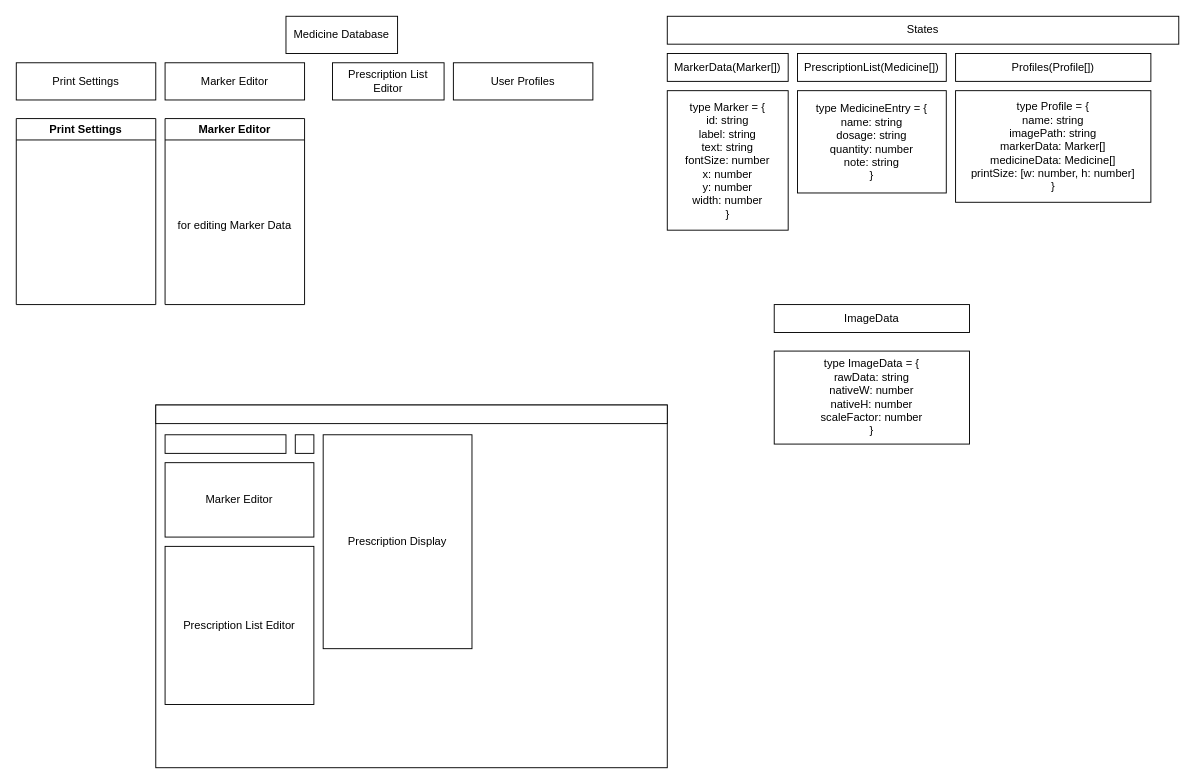
jogaleon/prescription-writing-react-ts keeps this draw.io diagram as page "Structure" (2 of 3) of flowchart.drawio. Above is the earlier version. Source tidied: cells renumbered, new cells numbered last; positions are measured from the earlier drawing's top-left corner, leaving out a move shared by most shapes. Both pictures are drawn from the tidied source at 93%, with x=0, y=0 at pixel (16, 16).
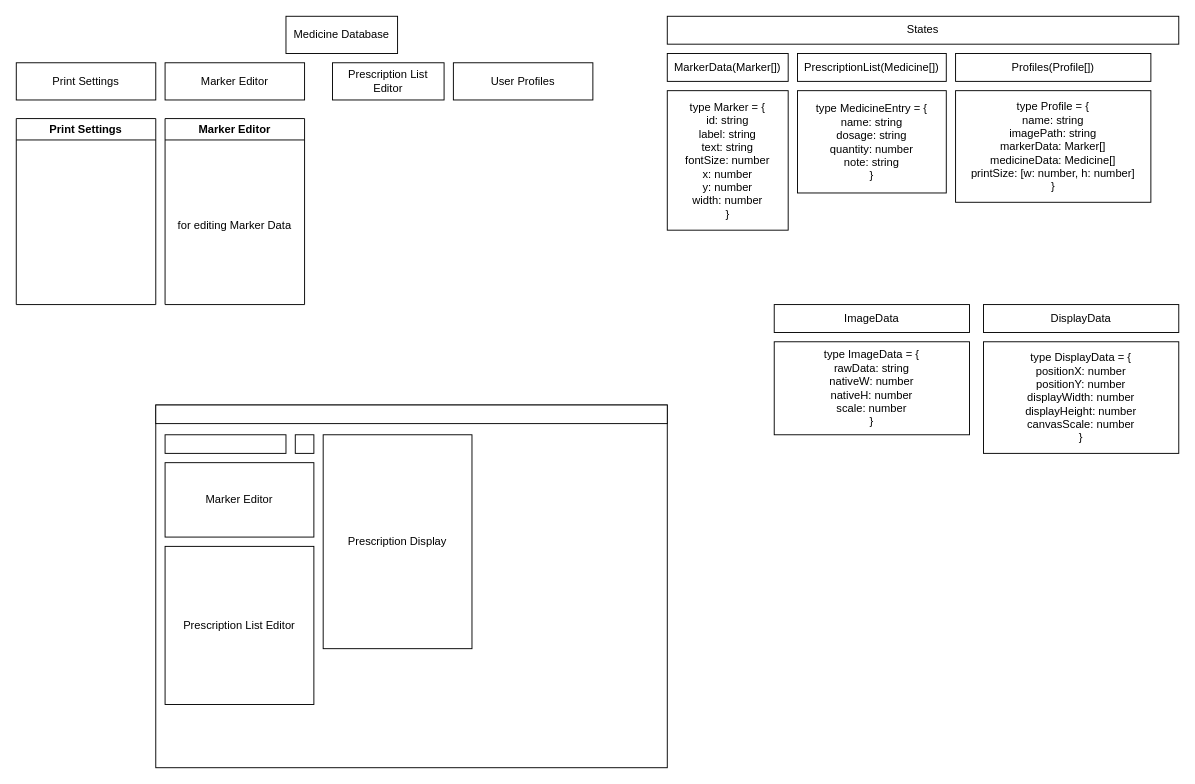
The same page after the edit.

Diff of the diagram source:
```diff
@@
-    <mxCell id="24" value="type ImageData = {&lt;br&gt;rawData: string&lt;br&gt;nativeW: number&lt;br&gt;nativeH: number&lt;br&gt;scaleFactor: number&lt;br&gt;}&lt;br&gt;" style="rounded=0;whiteSpace=wrap;html=1;" parent="1" vertex="1">
-      <mxGeometry x="815" y="360" width="210" height="100" as="geometry" />
+    <mxCell id="24" value="type ImageData = {&lt;br&gt;rawData: string&lt;br&gt;nativeW: number&lt;br&gt;nativeH: number&lt;br&gt;scale: number&lt;br&gt;}" style="rounded=0;whiteSpace=wrap;html=1;" parent="1" vertex="1">
+      <mxGeometry x="815" y="350" width="210" height="100" as="geometry" />
     </mxCell>
@@
+    <mxCell id="26" value="DisplayData" style="rounded=0;whiteSpace=wrap;html=1;" parent="1" vertex="1">
+      <mxGeometry x="1040" y="310" width="210" height="30" as="geometry" />
+    </mxCell>
+    <mxCell id="27" value="type DisplayData = {&lt;br&gt;positionX: number&lt;br&gt;positionY: number&lt;br&gt;displayWidth: number&lt;br&gt;displayHeight: number&lt;br&gt;canvasScale: number&lt;br&gt;}" style="rounded=0;whiteSpace=wrap;html=1;" parent="1" vertex="1">
+      <mxGeometry x="1040" y="350" width="210" height="120" as="geometry" />
+    </mxCell>
```
